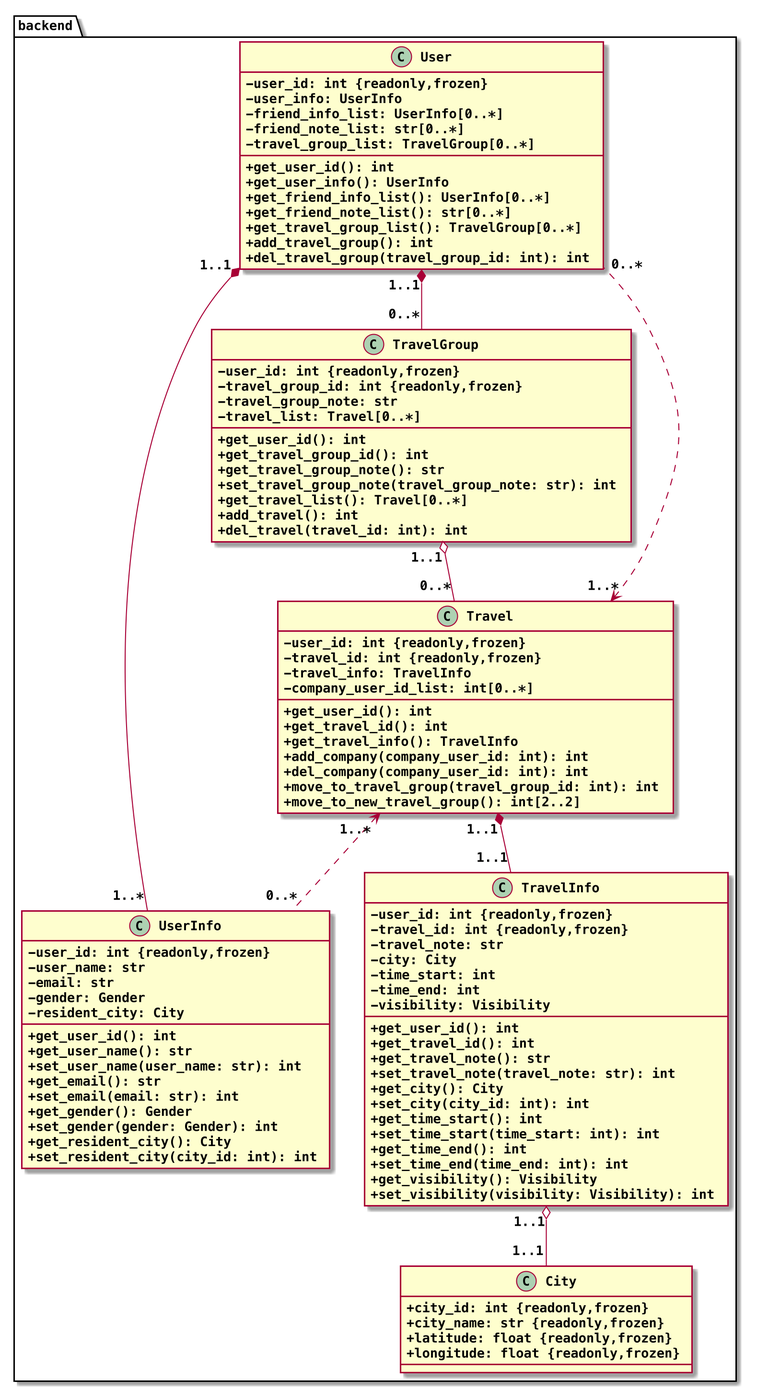
The PlantUML diagram doc/ClassDiagram.backend.png in skyetim/travel_planning_website, before a commit.
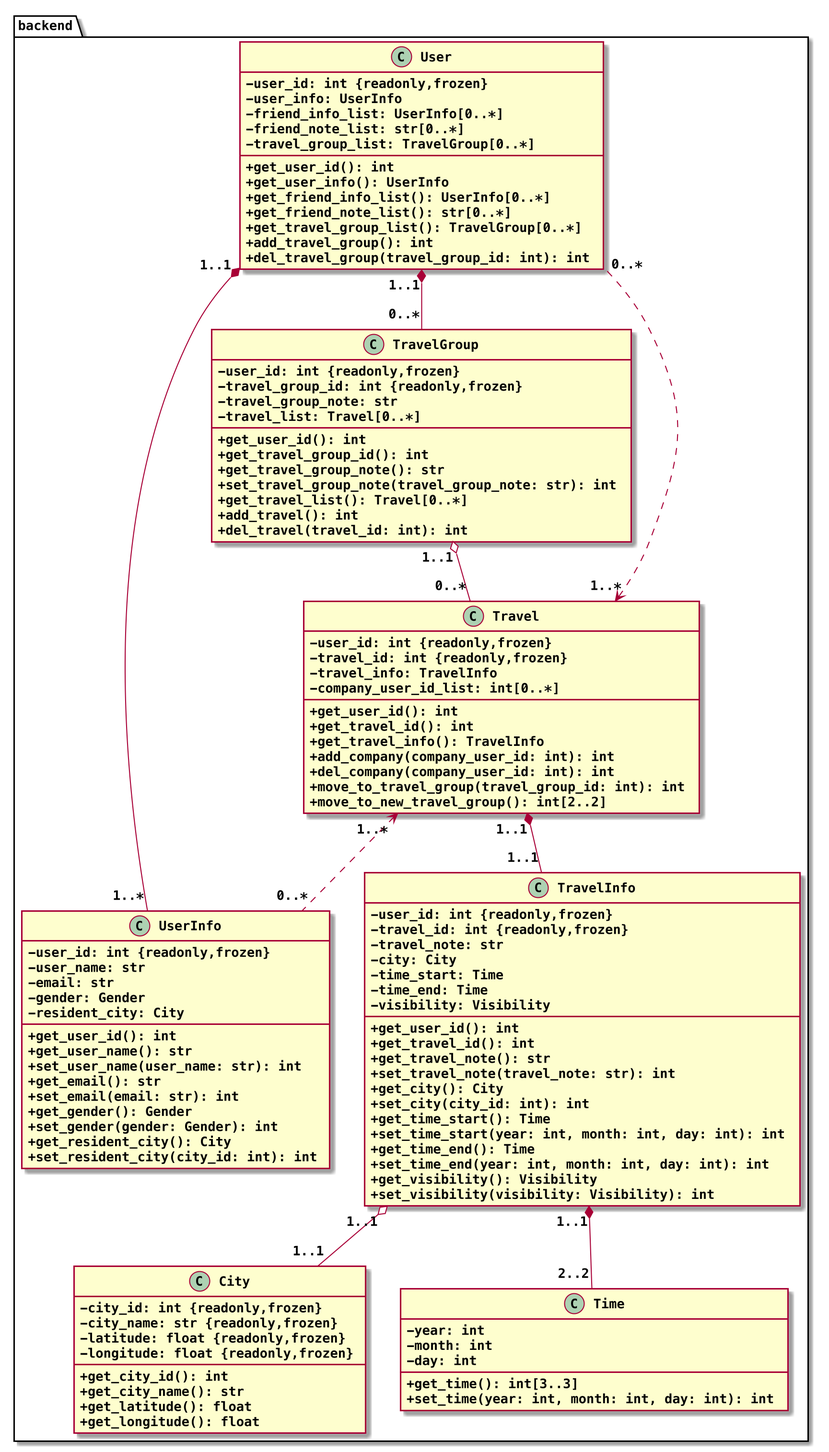
The same diagram one commit later.

Commit message:
chore: add class Time to represent travel time

What changed in the source:
```diff
@@ -9,7 +9,6 @@
 skinparam ClassAttributeIconSize 0
 
 namespace backend {
-
     User "1..1" *-- "1..*" UserInfo
     User "1..1" *-- "0..*" TravelGroup
     TravelGroup "1..1" o-- "0..*" Travel
@@ -17,6 +16,7 @@
     Travel "1..*" <.. "0..*" User
     Travel "1..*" <.. "0..*" UserInfo
     TravelInfo "1..1" o-- "1..1" City
+    TravelInfo "1..1" *-- "2..2" Time
 
     class User {
         - user_id: int {readonly,frozen}
@@ -83,8 +83,8 @@
         - travel_id: int {readonly,frozen}
         - travel_note: str
         - city: City
-        - time_start: int
-        - time_end: int
+        - time_start: Time
+        - time_end: Time
         - visibility: Visibility
         + get_user_id(): int
         + get_travel_id(): int
@@ -92,19 +92,31 @@
         + set_travel_note(travel_note: str): int
         + get_city(): City
         + set_city(city_id: int): int
-        + get_time_start(): int
-        + set_time_start(time_start: int): int
-        + get_time_end(): int
-        + set_time_end(time_end: int): int
+        + get_time_start(): Time
+        + set_time_start(year: int, month: int, day: int): int
+        + get_time_end(): Time
+        + set_time_end(year: int, month: int, day: int): int
         + get_visibility(): Visibility
         + set_visibility(visibility: Visibility): int
     }
 
     class City {
-        + city_id: int {readonly,frozen}
-        + city_name: str {readonly,frozen}
-        + latitude: float {readonly,frozen}
-        + longitude: float {readonly,frozen}
+        - city_id: int {readonly,frozen}
+        - city_name: str {readonly,frozen}
+        - latitude: float {readonly,frozen}
+        - longitude: float {readonly,frozen}
+        + get_city_id(): int
+        + get_city_name(): str
+        + get_latitude(): float
+        + get_longitude(): float
+    }
+
+    class Time {
+        - year: int
+        - month: int
+        - day: int
+        + get_time(): int[3..3]
+        + set_time(year: int, month: int, day: int): int
     }
 }
 
```
